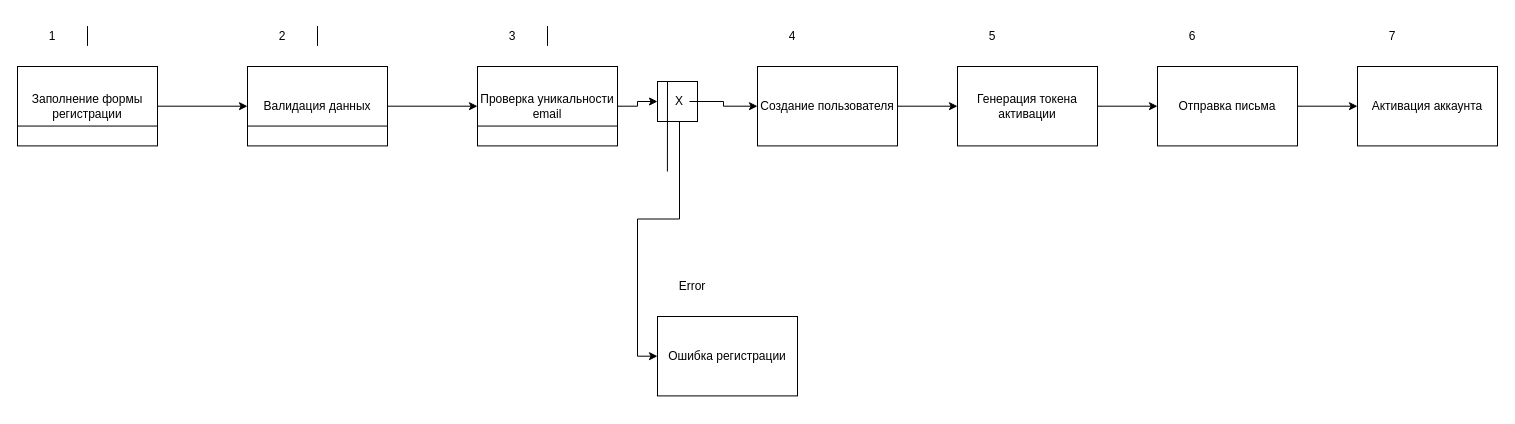
The draw.io diagram diagrams-codes/IDEF3_P1.drawio in Edisheri/system-engineering-playbook, before the edit. Source tidied: cells renumbered, new cells numbered last; positions are measured from the earlier drawing's top-left corner, leaving out a move shared by most shapes. Both pictures are drawn from the tidied source at 100%, with x=0, y=0 at pixel (17, 16).
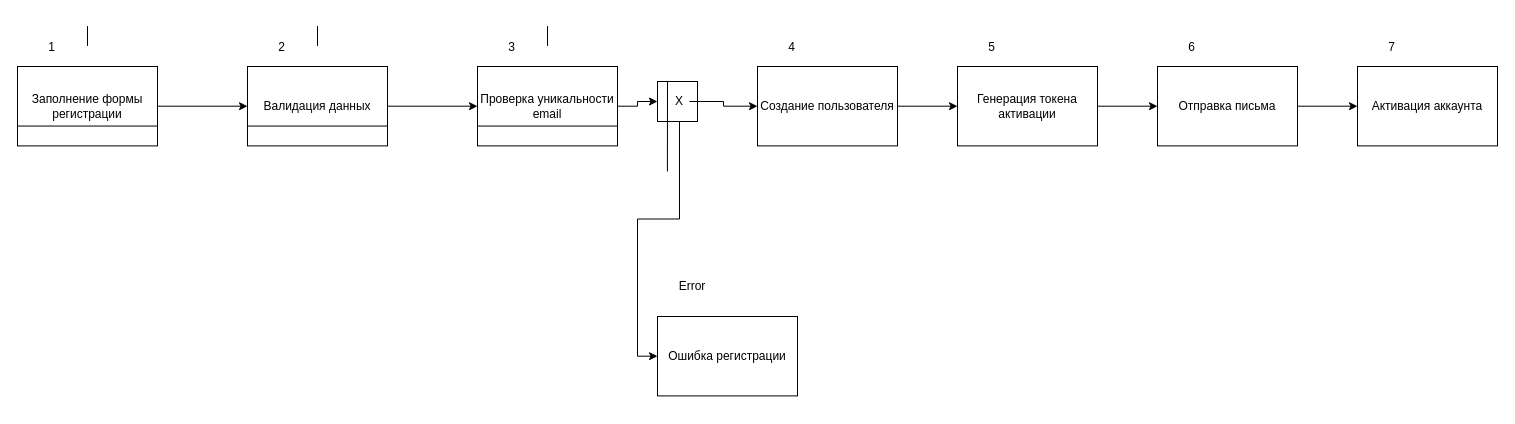
The same page after the edit.

The change refers to these unchanged cells:
```xml
<mxCell id="2" style="group;" parent="1" vertex="1">
  <mxGeometry y="50" width="140" height="100" as="geometry" />
</mxCell>
<mxCell id="7" style="group;" parent="1" vertex="1">
  <mxGeometry x="230" y="50" width="140" height="100" as="geometry" />
</mxCell>
<mxCell id="12" style="group;" parent="1" vertex="1">
  <mxGeometry x="460" y="50" width="140" height="100" as="geometry" />
</mxCell>
<mxCell id="21" style="group;" parent="1" vertex="1">
  <mxGeometry x="740" y="50" width="140" height="100" as="geometry" />
</mxCell>
<mxCell id="27" style="group;" parent="1" vertex="1">
  <mxGeometry x="940" y="50" width="140" height="100" as="geometry" />
</mxCell>
<mxCell id="30" style="group;" parent="1" vertex="1">
  <mxGeometry x="1140" y="50" width="140" height="100" as="geometry" />
</mxCell>
<mxCell id="33" style="group;" parent="1" vertex="1">
  <mxGeometry x="1340" y="50" width="140" height="100" as="geometry" />
</mxCell>
```

Change to the diagram source:
```diff
@@
-    <mxCell id="6" value="1" style="text;html=1;align=center;verticalAlign=middle;whiteSpace=wrap;rounded=0;" parent="2" vertex="1">
-      <mxGeometry y="-49.7" width="70" height="39.7" as="geometry" />
+    <mxCell id="6" value="1" style="text;html=1;align=right;verticalAlign=bottom;whiteSpace=wrap;rounded=0;" parent="2" vertex="1">
+      <mxGeometry y="-49.7" width="40" height="39.7" as="geometry" />
     </mxCell>
@@
-    <mxCell id="11" value="2" style="text;html=1;align=center;verticalAlign=middle;whiteSpace=wrap;rounded=0;" parent="7" vertex="1">
-      <mxGeometry y="-49.7" width="70" height="39.7" as="geometry" />
+    <mxCell id="11" value="2" style="text;html=1;align=right;verticalAlign=bottom;whiteSpace=wrap;rounded=0;" parent="7" vertex="1">
+      <mxGeometry y="-49.7" width="40" height="39.7" as="geometry" />
     </mxCell>
@@
-    <mxCell id="16" value="3" style="text;html=1;align=center;verticalAlign=middle;whiteSpace=wrap;rounded=0;" parent="12" vertex="1">
-      <mxGeometry y="-49.7" width="70" height="39.7" as="geometry" />
+    <mxCell id="16" value="3" style="text;html=1;align=right;verticalAlign=bottom;whiteSpace=wrap;rounded=0;" parent="12" vertex="1">
+      <mxGeometry y="-49.7" width="40" height="39.7" as="geometry" />
     </mxCell>
@@
-    <mxCell id="23" value="4" style="text;html=1;align=center;verticalAlign=middle;whiteSpace=wrap;rounded=0;" parent="21" vertex="1">
-      <mxGeometry y="-49.7" width="70" height="39.7" as="geometry" />
+    <mxCell id="23" value="4" style="text;html=1;align=right;verticalAlign=bottom;whiteSpace=wrap;rounded=0;" parent="21" vertex="1">
+      <mxGeometry y="-49.7" width="40" height="39.7" as="geometry" />
     </mxCell>
@@
-    <mxCell id="29" value="5" style="text;html=1;align=center;verticalAlign=middle;whiteSpace=wrap;rounded=0;" parent="27" vertex="1">
-      <mxGeometry y="-49.7" width="70" height="39.7" as="geometry" />
+    <mxCell id="29" value="5" style="text;html=1;align=right;verticalAlign=bottom;whiteSpace=wrap;rounded=0;" parent="27" vertex="1">
+      <mxGeometry y="-49.7" width="40" height="39.7" as="geometry" />
     </mxCell>
@@
-    <mxCell id="32" value="6" style="text;html=1;align=center;verticalAlign=middle;whiteSpace=wrap;rounded=0;" parent="30" vertex="1">
-      <mxGeometry y="-49.7" width="70" height="39.7" as="geometry" />
+    <mxCell id="32" value="6" style="text;html=1;align=right;verticalAlign=bottom;whiteSpace=wrap;rounded=0;" parent="30" vertex="1">
+      <mxGeometry y="-49.7" width="40" height="39.7" as="geometry" />
     </mxCell>
@@
-    <mxCell id="35" value="7" style="text;html=1;align=center;verticalAlign=middle;whiteSpace=wrap;rounded=0;" parent="33" vertex="1">
-      <mxGeometry y="-49.7" width="70" height="39.7" as="geometry" />
+    <mxCell id="35" value="7" style="text;html=1;align=right;verticalAlign=bottom;whiteSpace=wrap;rounded=0;" parent="33" vertex="1">
+      <mxGeometry y="-49.7" width="40" height="39.7" as="geometry" />
     </mxCell>
```
